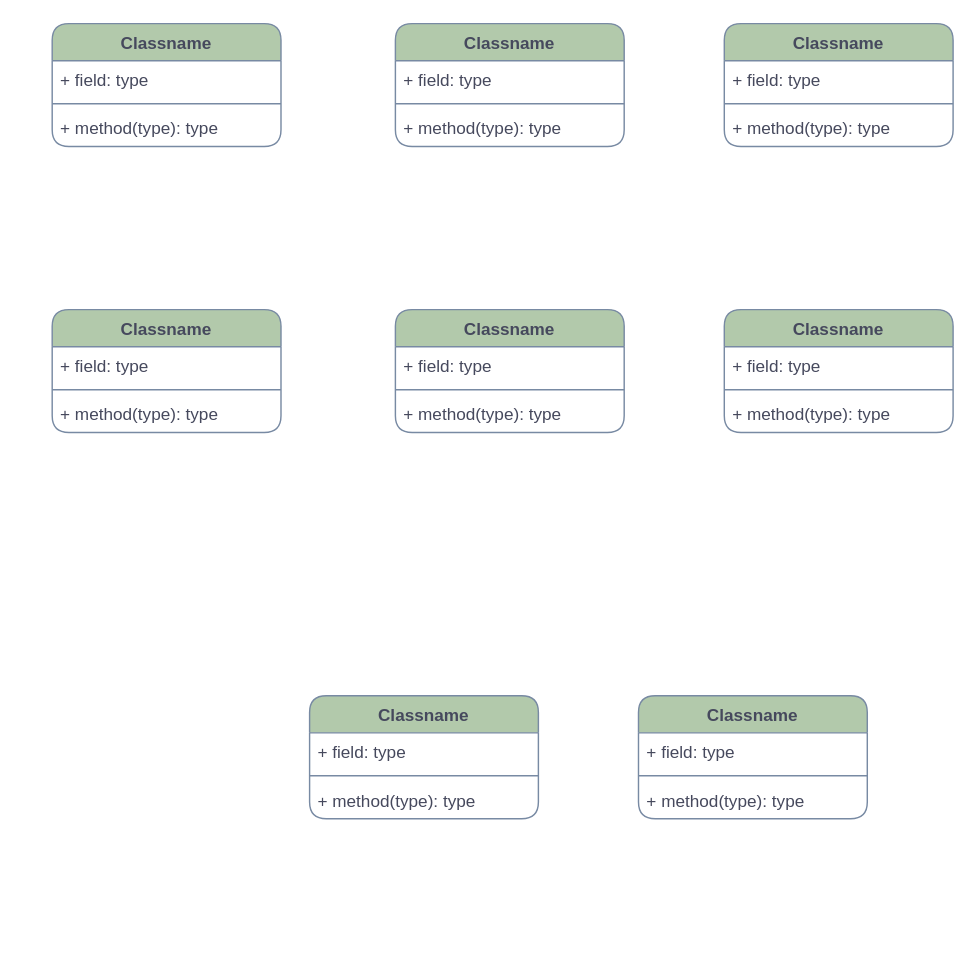
Before: Labb 3.drawio in pinkros/Exercises, a draw.io diagram. Source tidied: cells renumbered, new cells numbered last; positions are measured from the earlier drawing's top-left corner, leaving out a move shared by most shapes. Both pictures are drawn from the tidied source at 143%, with x=0, y=0 at pixel (51, 23).
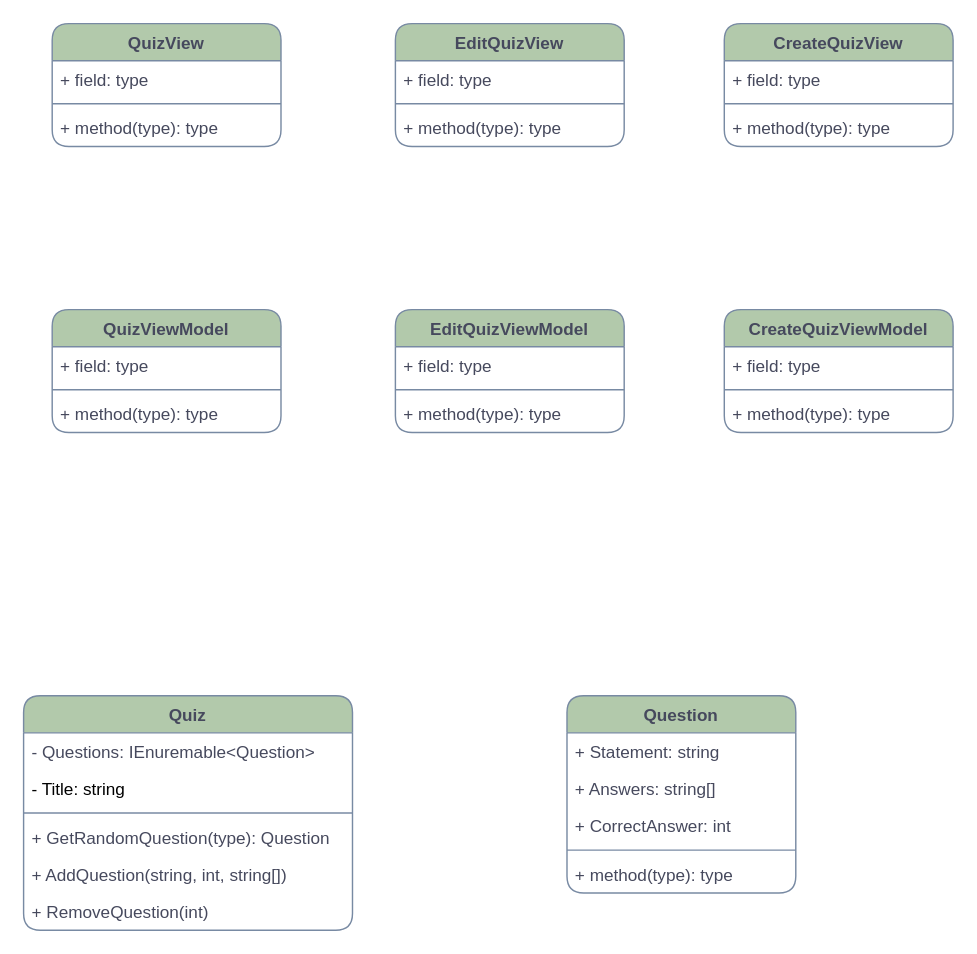
The same page after the edit.

What changed in the source:
```diff
@@
-    <mxCell id="2" value="Classname" style="swimlane;fontStyle=1;align=center;verticalAlign=top;horizontal=1;startSize=26;rounded=1;fillColor=#B2C9AB;strokeColor=#788AA3;fontColor=#46495D;" parent="1" vertex="1">
+    <mxCell id="2" value="QuizView" style="swimlane;fontStyle=1;align=center;verticalAlign=top;horizontal=1;startSize=26;rounded=1;fillColor=#B2C9AB;strokeColor=#788AA3;fontColor=#46495D;" parent="1" vertex="1">
       <mxGeometry width="160" height="86" as="geometry" />
     </mxCell>
@@
-    <mxCell id="6" value="Classname" style="swimlane;fontStyle=1;align=center;verticalAlign=top;horizontal=1;startSize=26;rounded=1;fillColor=#B2C9AB;strokeColor=#788AA3;fontColor=#46495D;" parent="1" vertex="1">
+    <mxCell id="6" value="QuizViewModel" style="swimlane;fontStyle=1;align=center;verticalAlign=top;horizontal=1;startSize=26;rounded=1;fillColor=#B2C9AB;strokeColor=#788AA3;fontColor=#46495D;" parent="1" vertex="1">
       <mxGeometry y="200" width="160" height="86" as="geometry" />
     </mxCell>
@@
-    <mxCell id="10" value="Classname" style="swimlane;fontStyle=1;align=center;verticalAlign=top;horizontal=1;startSize=26;rounded=1;fillColor=#B2C9AB;strokeColor=#788AA3;fontColor=#46495D;" parent="1" vertex="1">
+    <mxCell id="10" value="EditQuizView" style="swimlane;fontStyle=1;align=center;verticalAlign=top;horizontal=1;startSize=26;rounded=1;fillColor=#B2C9AB;strokeColor=#788AA3;fontColor=#46495D;" parent="1" vertex="1">
       <mxGeometry x="240" width="160" height="86" as="geometry" />
     </mxCell>
@@
-    <mxCell id="14" value="Classname" style="swimlane;fontStyle=1;align=center;verticalAlign=top;horizontal=1;startSize=26;rounded=1;fillColor=#B2C9AB;strokeColor=#788AA3;fontColor=#46495D;" parent="1" vertex="1">
+    <mxCell id="14" value="EditQuizViewModel" style="swimlane;fontStyle=1;align=center;verticalAlign=top;horizontal=1;startSize=26;rounded=1;fillColor=#B2C9AB;strokeColor=#788AA3;fontColor=#46495D;" parent="1" vertex="1">
       <mxGeometry x="240" y="200" width="160" height="86" as="geometry" />
     </mxCell>
@@
-    <mxCell id="18" value="Classname" style="swimlane;fontStyle=1;align=center;verticalAlign=top;horizontal=1;startSize=26;rounded=1;fillColor=#B2C9AB;strokeColor=#788AA3;fontColor=#46495D;" parent="1" vertex="1">
+    <mxCell id="18" value="CreateQuizView" style="swimlane;fontStyle=1;align=center;verticalAlign=top;horizontal=1;startSize=26;rounded=1;fillColor=#B2C9AB;strokeColor=#788AA3;fontColor=#46495D;" parent="1" vertex="1">
       <mxGeometry x="470" width="160" height="86" as="geometry" />
     </mxCell>
@@
-    <mxCell id="22" value="Classname" style="swimlane;fontStyle=1;align=center;verticalAlign=top;horizontal=1;startSize=26;rounded=1;fillColor=#B2C9AB;strokeColor=#788AA3;fontColor=#46495D;" parent="1" vertex="1">
+    <mxCell id="22" value="CreateQuizViewModel" style="swimlane;fontStyle=1;align=center;verticalAlign=top;horizontal=1;startSize=26;rounded=1;fillColor=#B2C9AB;strokeColor=#788AA3;fontColor=#46495D;" parent="1" vertex="1">
       <mxGeometry x="470" y="200" width="160" height="86" as="geometry" />
     </mxCell>
@@
-    <mxCell id="26" value="Classname" style="swimlane;fontStyle=1;align=center;verticalAlign=top;horizontal=1;startSize=26;rounded=1;fillColor=#B2C9AB;strokeColor=#788AA3;fontColor=#46495D;" parent="1" vertex="1">
-      <mxGeometry x="180" y="470" width="160" height="86" as="geometry" />
+    <mxCell id="26" value="Quiz" style="swimlane;fontStyle=1;align=center;verticalAlign=top;horizontal=1;startSize=26;rounded=1;fillColor=#B2C9AB;strokeColor=#788AA3;fontColor=#46495D;" parent="1" vertex="1">
+      <mxGeometry x="-20" y="470" width="230" height="164" as="geometry" />
     </mxCell>
-    <mxCell id="27" value="+ field: type" style="text;strokeColor=none;fillColor=none;align=left;verticalAlign=top;spacingLeft=4;spacingRight=4;overflow=hidden;rounded=1;fontColor=#46495D;" parent="26" vertex="1">
-      <mxGeometry y="26" width="160" height="26" as="geometry" />
+    <mxCell id="27" value="- Questions: IEnuremable&lt;Question&gt;    " style="text;strokeColor=none;fillColor=none;align=left;verticalAlign=top;spacingLeft=4;spacingRight=4;overflow=hidden;rounded=1;fontColor=#46495D;" parent="26" vertex="1">
+      <mxGeometry y="26" width="230" height="26" as="geometry" />
     </mxCell>
+    <mxCell id="34" value="- Title: string" style="text;strokeColor=none;fillColor=none;align=left;verticalAlign=top;spacingLeft=4;spacingRight=4;overflow=hidden;" parent="26" vertex="1">
+      <mxGeometry y="52" width="230" height="26" as="geometry" />
+    </mxCell>
     <mxCell id="28" style="line;strokeWidth=1;fillColor=none;align=left;verticalAlign=middle;spacingTop=-1;spacingLeft=3;spacingRight=3;labelPosition=right;strokeColor=#788AA3;rounded=1;fontColor=#46495D;" parent="26" vertex="1">
-      <mxGeometry y="52" width="160" height="8" as="geometry" />
+      <mxGeometry y="78" width="230" height="8" as="geometry" />
     </mxCell>
+    <mxCell id="35" value="+ GetRandomQuestion(type): Question" style="text;strokeColor=none;fillColor=none;align=left;verticalAlign=top;spacingLeft=4;spacingRight=4;overflow=hidden;rounded=1;fontColor=#46495D;" parent="26" vertex="1">
+      <mxGeometry y="86" width="230" height="26" as="geometry" />
+    </mxCell>
+    <mxCell id="36" value="+ AddQuestion(string, int, string[])" style="text;strokeColor=none;fillColor=none;align=left;verticalAlign=top;spacingLeft=4;spacingRight=4;overflow=hidden;rounded=1;fontColor=#46495D;" parent="26" vertex="1">
+      <mxGeometry y="112" width="230" height="26" as="geometry" />
+    </mxCell>
-    <mxCell id="29" value="+ method(type): type" style="text;strokeColor=none;fillColor=none;align=left;verticalAlign=top;spacingLeft=4;spacingRight=4;overflow=hidden;rounded=1;fontColor=#46495D;" parent="26" vertex="1">
-      <mxGeometry y="60" width="160" height="26" as="geometry" />
+    <mxCell id="29" value="+ RemoveQuestion(int)" style="text;strokeColor=none;fillColor=none;align=left;verticalAlign=top;spacingLeft=4;spacingRight=4;overflow=hidden;rounded=1;fontColor=#46495D;" parent="26" vertex="1">
+      <mxGeometry y="138" width="230" height="26" as="geometry" />
     </mxCell>
-    <mxCell id="30" value="Classname" style="swimlane;fontStyle=1;align=center;verticalAlign=top;horizontal=1;startSize=26;rounded=1;fillColor=#B2C9AB;strokeColor=#788AA3;fontColor=#46495D;" parent="1" vertex="1">
-      <mxGeometry x="410" y="470" width="160" height="86" as="geometry" />
+    <mxCell id="30" value="Question" style="swimlane;fontStyle=1;align=center;verticalAlign=top;horizontal=1;startSize=26;rounded=1;fillColor=#B2C9AB;strokeColor=#788AA3;fontColor=#46495D;" parent="1" vertex="1">
+      <mxGeometry x="360" y="470" width="160" height="138" as="geometry" />
     </mxCell>
+    <mxCell id="37" value="+ Statement: string" style="text;strokeColor=none;fillColor=none;align=left;verticalAlign=top;spacingLeft=4;spacingRight=4;overflow=hidden;rounded=1;fontColor=#46495D;" parent="30" vertex="1">
+      <mxGeometry y="26" width="160" height="26" as="geometry" />
+    </mxCell>
+    <mxCell id="38" value="+ Answers: string[]    " style="text;strokeColor=none;fillColor=none;align=left;verticalAlign=top;spacingLeft=4;spacingRight=4;overflow=hidden;rounded=1;fontColor=#46495D;" parent="30" vertex="1">
+      <mxGeometry y="52" width="160" height="26" as="geometry" />
+    </mxCell>
-    <mxCell id="31" value="+ field: type" style="text;strokeColor=none;fillColor=none;align=left;verticalAlign=top;spacingLeft=4;spacingRight=4;overflow=hidden;rounded=1;fontColor=#46495D;" parent="30" vertex="1">
-      <mxGeometry y="26" width="160" height="26" as="geometry" />
+    <mxCell id="31" value="+ CorrectAnswer: int" style="text;strokeColor=none;fillColor=none;align=left;verticalAlign=top;spacingLeft=4;spacingRight=4;overflow=hidden;rounded=1;fontColor=#46495D;" parent="30" vertex="1">
+      <mxGeometry y="78" width="160" height="26" as="geometry" />
     </mxCell>
     <mxCell id="32" style="line;strokeWidth=1;fillColor=none;align=left;verticalAlign=middle;spacingTop=-1;spacingLeft=3;spacingRight=3;labelPosition=right;strokeColor=#788AA3;rounded=1;fontColor=#46495D;" parent="30" vertex="1">
-      <mxGeometry y="52" width="160" height="8" as="geometry" />
+      <mxGeometry y="104" width="160" height="8" as="geometry" />
     </mxCell>
     <mxCell id="33" value="+ method(type): type" style="text;strokeColor=none;fillColor=none;align=left;verticalAlign=top;spacingLeft=4;spacingRight=4;overflow=hidden;rounded=1;fontColor=#46495D;" parent="30" vertex="1">
-      <mxGeometry y="60" width="160" height="26" as="geometry" />
+      <mxGeometry y="112" width="160" height="26" as="geometry" />
     </mxCell>
```
